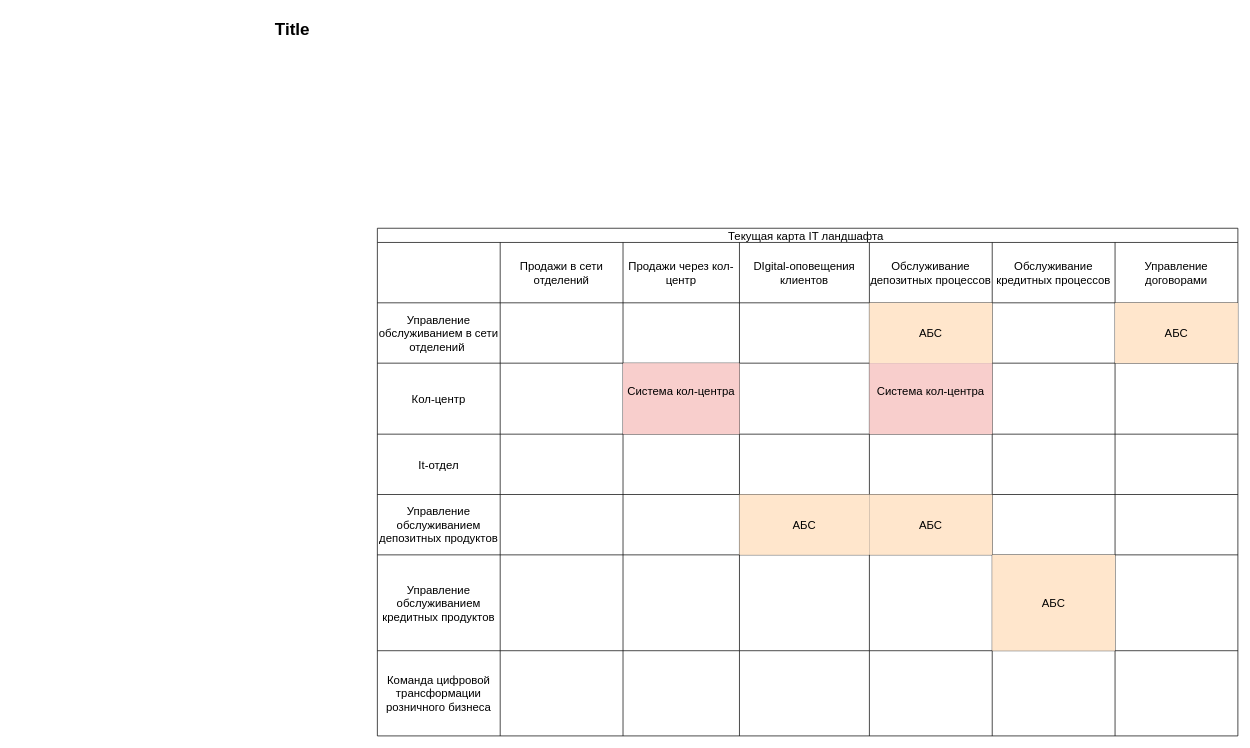
The draw.io diagram Task1/It_ландшафт_текущий.drawio in Farigorn/architecture-standart, before the edit. Source tidied: cells renumbered, new cells numbered last; positions are measured from the earlier drawing's top-left corner, leaving out a move shared by most shapes. Both pictures are drawn from the tidied source at 71%, with x=0, y=0 at pixel (15, 15).
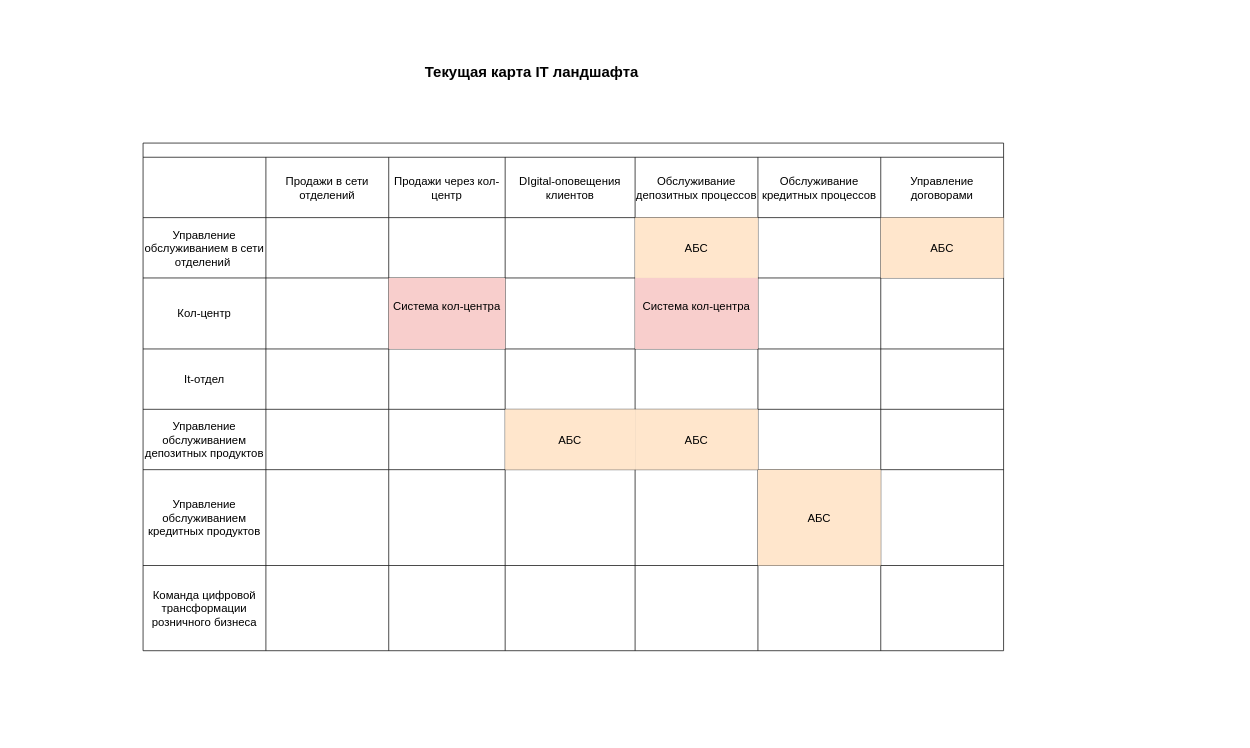
Above is the later version.

Commit message (it also covers changes not shown here):
Добавил png варианты drawio файлов

The edit, as a diff of the source:
```diff
@@
-    <mxCell id="2" value="Title" style="text;strokeColor=none;fillColor=none;html=1;fontSize=24;fontStyle=1;verticalAlign=middle;align=center;rounded=0;shadow=1;" parent="1" vertex="1">
-      <mxGeometry width="780" height="40" as="geometry" />
+    <mxCell id="2" value="&lt;font style=&quot;font-size: 21px;&quot;&gt;Текущая карта IT ландшафта&amp;nbsp;&lt;/font&gt;" style="text;strokeColor=none;fillColor=none;html=1;fontSize=24;fontStyle=1;verticalAlign=middle;align=center;rounded=0;shadow=1;" parent="1" vertex="1">
+      <mxGeometry x="340" y="60" width="780" height="40" as="geometry" />
     </mxCell>
-    <mxCell id="3" value="Текущая карта IT ландшафта " style="shape=table;startSize=20;childLayout=tableLayout;strokeColor=default;fontSize=16;" parent="1" vertex="1">
-      <mxGeometry x="510" y="300" width="1212" height="715" as="geometry" />
+    <mxCell id="3" style="shape=table;startSize=20;childLayout=tableLayout;strokeColor=default;fontSize=16;" parent="1" vertex="1">
+      <mxGeometry x="180" y="180" width="1212" height="715" as="geometry" />
     </mxCell>
```
